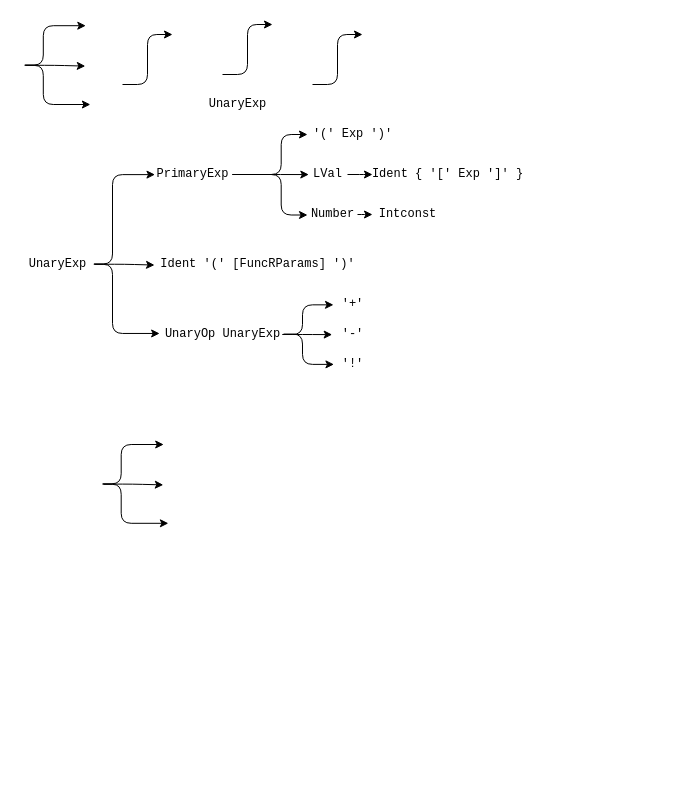
rfhits/2021-Fall-BUAA-Compiler_Technology keeps this draw.io diagram as doc/first_of_Vn.drawio. Above is the earlier version. Source tidied: cells renumbered, new cells numbered last; positions are measured from the earlier drawing's top-left corner, leaving out a move shared by most shapes. Both pictures are drawn from the tidied source at 100%, with x=0, y=0 at pixel (22, 24).
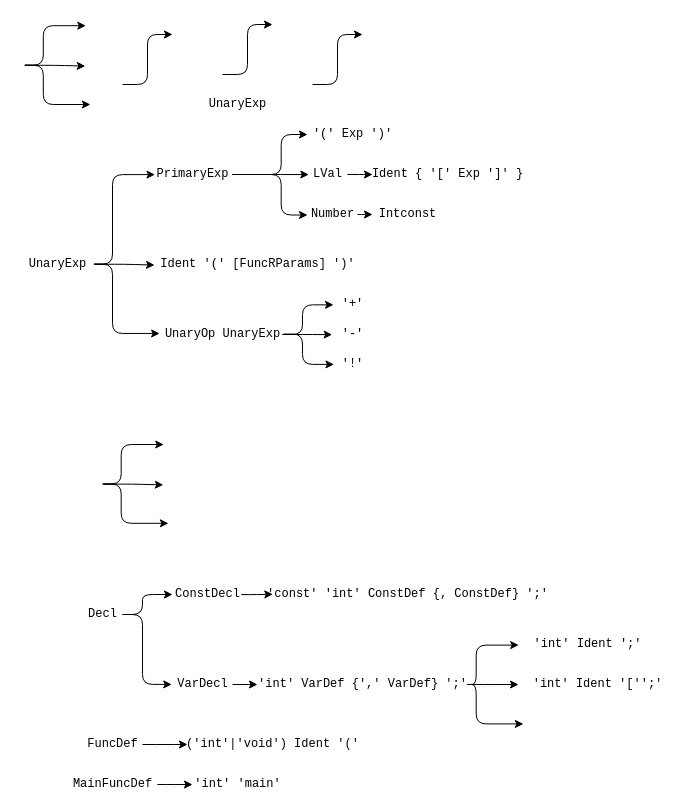
The same page after the edit.

Diff of the diagram source:
```diff
@@
+    <mxCell id="35" value="Decl" style="text;html=1;align=center;verticalAlign=middle;points=[];strokeColor=none;fontFamily=consolas;" parent="1" vertex="1">
+      <mxGeometry x="60" y="580" width="40" height="20" as="geometry" />
+    </mxCell>
+    <mxCell id="36" style="edgeStyle=elbowEdgeStyle;elbow=horizontal;endArrow=classic;html=1;entryX=-0.013;entryY=0.494;entryDx=0;entryDy=0;entryPerimeter=0;" parent="1" edge="1" source="35" target="39">
+      <mxGeometry relative="1" as="geometry">
+        <Array as="points">
+          <mxPoint x="120" y="610" />
+          <mxPoint x="127.7" y="610.1" />
+        </Array>
+      </mxGeometry>
+    </mxCell>
+    <mxCell id="37" style="edgeStyle=elbowEdgeStyle;elbow=horizontal;endArrow=classic;html=1;" parent="1" edge="1" source="35" target="38">
+      <mxGeometry relative="1" as="geometry">
+        <Array as="points">
+          <mxPoint x="120" y="570" />
+        </Array>
+      </mxGeometry>
+    </mxCell>
+    <mxCell id="38" value="ConstDecl" style="text;html=1;align=center;verticalAlign=middle;points=[];strokeColor=none;fontFamily=consolas;" parent="1" vertex="1">
+      <mxGeometry x="150" y="560" width="70" height="20" as="geometry" />
+    </mxCell>
+    <mxCell id="39" value="VarDecl" style="text;html=1;align=center;verticalAlign=middle;points=[];strokeColor=none;fontFamily=consolas;" parent="1" vertex="1">
+      <mxGeometry x="150" y="650" width="60" height="20" as="geometry" />
+    </mxCell>
+    <mxCell id="40" style="edgeStyle=elbowEdgeStyle;elbow=horizontal;endArrow=classic;html=1;exitX=0.983;exitY=0.506;exitDx=0;exitDy=0;exitPerimeter=0;entryX=0.001;entryY=0.483;entryDx=0;entryDy=0;entryPerimeter=0;" parent="1" edge="1" source="38" target="41">
+      <mxGeometry relative="1" as="geometry" />
+    </mxCell>
+    <mxCell id="41" value="'const' 'int' ConstDef {, ConstDef} ';'" style="text;html=1;align=center;verticalAlign=middle;points=[];strokeColor=none;fontFamily=consolas;" parent="1" vertex="1">
+      <mxGeometry x="250" y="560" width="270" height="20" as="geometry" />
+    </mxCell>
+    <mxCell id="42" style="edgeStyle=elbowEdgeStyle;elbow=horizontal;endArrow=classic;html=1;" parent="1" edge="1" source="39" target="43">
+      <mxGeometry relative="1" as="geometry" />
+    </mxCell>
+    <mxCell id="43" value="'int' VarDef {',' VarDef} ';'" style="text;html=1;align=center;verticalAlign=middle;points=[];strokeColor=none;fontFamily=consolas;" parent="1" vertex="1">
+      <mxGeometry x="235" y="650" width="210" height="20" as="geometry" />
+    </mxCell>
+    <mxCell id="44" value="FuncDef" style="text;html=1;align=center;verticalAlign=middle;points=[];strokeColor=none;fontFamily=consolas;" parent="1" vertex="1">
+      <mxGeometry x="60" y="710" width="60" height="20" as="geometry" />
+    </mxCell>
+    <mxCell id="45" style="edgeStyle=elbowEdgeStyle;elbow=horizontal;endArrow=classic;html=1;" parent="1" edge="1" source="43">
+      <mxGeometry relative="1" as="geometry">
+        <mxPoint x="496" y="660" as="targetPoint" />
+      </mxGeometry>
+    </mxCell>
+    <mxCell id="46" style="edgeStyle=elbowEdgeStyle;elbow=horizontal;endArrow=classic;html=1;entryX=0.031;entryY=0.506;entryDx=0;entryDy=0;entryPerimeter=0;" parent="1" edge="1" source="43">
+      <mxGeometry relative="1" as="geometry">
+        <mxPoint x="496.2" y="620.6" as="targetPoint" />
+        <Array as="points">
+          <mxPoint x="453.7" y="640.5" />
+        </Array>
+      </mxGeometry>
+    </mxCell>
+    <mxCell id="47" style="edgeStyle=elbowEdgeStyle;elbow=horizontal;endArrow=classic;html=1;entryX=-0.024;entryY=0.448;entryDx=0;entryDy=0;entryPerimeter=0;" parent="1" edge="1" source="43">
+      <mxGeometry relative="1" as="geometry">
+        <mxPoint x="500.9" y="699.4" as="targetPoint" />
+        <Array as="points">
+          <mxPoint x="453.7" y="700.5" />
+          <mxPoint x="453.7" y="680.5" />
+        </Array>
+      </mxGeometry>
+    </mxCell>
+    <mxCell id="48" value="'int' Ident ';'" style="text;html=1;align=center;verticalAlign=middle;strokeColor=none;fontFamily=consolas;" parent="1" vertex="1">
+      <mxGeometry x="510" y="610" width="110" height="20" as="geometry" />
+    </mxCell>
+    <mxCell id="49" value="'int' Ident '['';'" style="text;html=1;align=center;verticalAlign=middle;strokeColor=none;fontFamily=consolas;" parent="1" vertex="1">
+      <mxGeometry x="510" y="650" width="130" height="20" as="geometry" />
+    </mxCell>
+    <mxCell id="50" style="edgeStyle=elbowEdgeStyle;elbow=horizontal;endArrow=classic;html=1;" parent="1" edge="1" source="44" target="51">
+      <mxGeometry relative="1" as="geometry" />
+    </mxCell>
+    <mxCell id="51" value="('int'|'void') Ident '('" style="text;html=1;align=center;verticalAlign=middle;points=[];strokeColor=none;fontFamily=consolas;" parent="1" vertex="1">
+      <mxGeometry x="165" y="710" width="170" height="20" as="geometry" />
+    </mxCell>
+    <mxCell id="52" value="MainFuncDef" style="text;html=1;align=center;verticalAlign=middle;points=[];strokeColor=none;fontFamily=consolas;" parent="1" vertex="1">
+      <mxGeometry x="45" y="750" width="90" height="20" as="geometry" />
+    </mxCell>
+    <mxCell id="53" style="edgeStyle=elbowEdgeStyle;elbow=horizontal;endArrow=classic;html=1;" parent="1" edge="1" source="52" target="54">
+      <mxGeometry relative="1" as="geometry" />
+    </mxCell>
+    <mxCell id="54" value="'int' 'main'" style="text;html=1;align=center;verticalAlign=middle;points=[];strokeColor=none;fontFamily=consolas;" parent="1" vertex="1">
+      <mxGeometry x="170" y="750" width="90" height="20" as="geometry" />
+    </mxCell>
```
